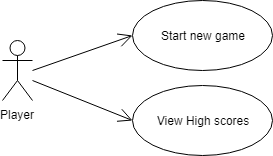
elaktomte/1dv600---Hangman keeps this draw.io diagram as Documentation/UseCases.png. Above is the earlier version. Source tidied: cells renumbered, new cells last; positions are measured from the earlier drawing's top-left corner, leaving out a move shared by most shapes.
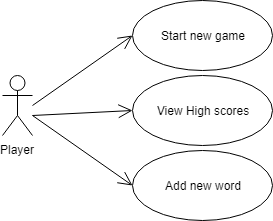
The same diagram one commit later.

What changed in the source:
```diff
@@ -6,10 +6,10 @@
       <mxGeometry y="40" width="30" height="60" as="geometry" />
     </mxCell>
     <mxCell id="3" value="Start new game" style="ellipse;whiteSpace=wrap;html=1;" parent="1" vertex="1">
-      <mxGeometry x="130" width="140" height="70" as="geometry" />
+      <mxGeometry x="130" y="-35" width="140" height="70" as="geometry" />
     </mxCell>
     <mxCell id="4" value="View High scores" style="ellipse;whiteSpace=wrap;html=1;" parent="1" vertex="1">
-      <mxGeometry x="130" y="85" width="140" height="70" as="geometry" />
+      <mxGeometry x="130" y="40" width="140" height="70" as="geometry" />
     </mxCell>
     <mxCell id="5" style="endArrow=open;endFill=1;endSize=12;html=1;entryX=0;entryY=0.5;entryDx=0;entryDy=0;" parent="1" edge="1" target="3">
       <mxGeometry relative="1" as="geometry">
@@ -21,5 +21,13 @@
         <mxPoint x="30" y="80" as="sourcePoint" />
       </mxGeometry>
     </mxCell>
+    <mxCell id="7" value="Add new word" style="ellipse;whiteSpace=wrap;html=1;" parent="1" vertex="1">
+      <mxGeometry x="130" y="115" width="140" height="70" as="geometry" />
+    </mxCell>
+    <mxCell id="8" style="endArrow=open;endFill=1;endSize=12;html=1;entryX=0;entryY=0.5;entryDx=0;entryDy=0;" parent="1" edge="1" target="7">
+      <mxGeometry relative="1" as="geometry">
+        <mxPoint x="30" y="80" as="sourcePoint" />
+      </mxGeometry>
+    </mxCell>
   </root>
 </mxGraphModel>
```
